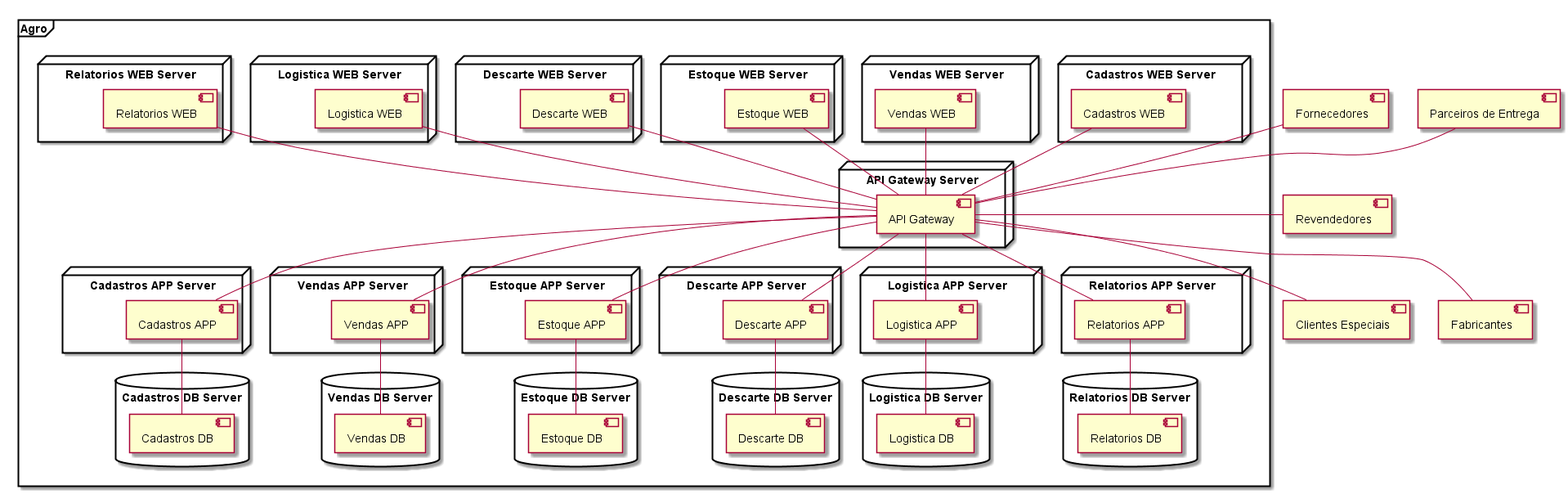
Before: arquitetura/ferramentas/PlantUML/script.png, a diagram exported from PlantUML (herberton/tcc).
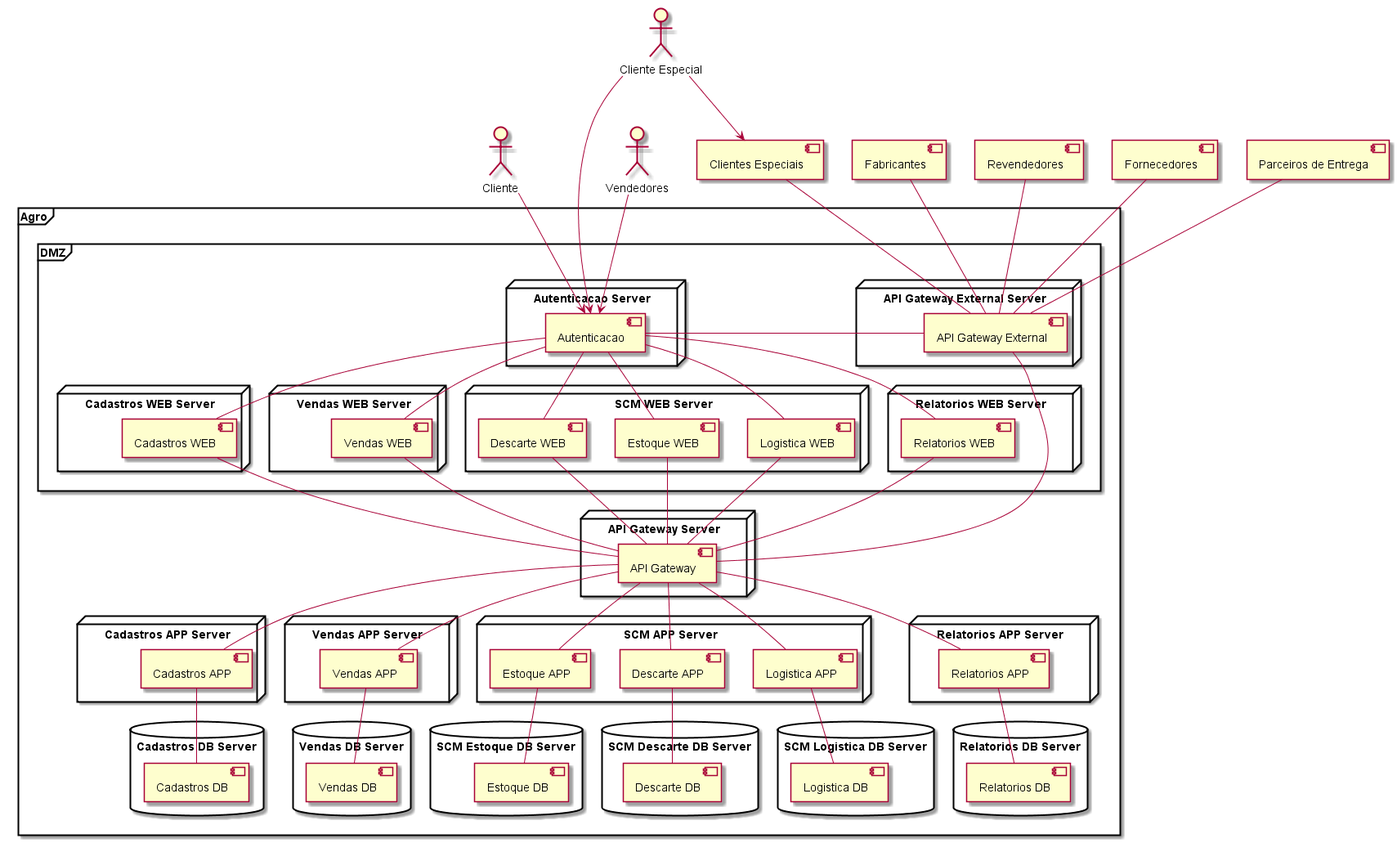
Later version of the same file.

The edit, as a diff of the source:
```diff
@@ -2,102 +2,124 @@
 
 	skinparam componentStyle uml2
 
-	[Clientes Especiais]
-	[Fabricantes]
-	[Revendedores]
-	[Fornecedores]
-	[Parceiros de Entrega]
+	actor Cliente 				as AC
+	actor :Cliente Especial:	as ACE
+	actor :Vendedores:			as AV
+
+	[Clientes Especiais] 	as CCE
+	[Fabricantes] 			as CFA
+	[Revendedores] 			as CR
+	[Fornecedores] 			as CFO
+	[Parceiros de Entrega] 	as CPE
 
 	frame "Agro" {
 
-		node "Cadastros WEB Server" {
-			[Cadastros WEB]
-		}
-		node "Vendas WEB Server" {
-			[Vendas WEB]
-		}
-		node "Estoque WEB Server" {
-			[Estoque WEB]
-		}
-		node "Descarte WEB Server" {
-			[Descarte WEB]
-		}
-		node "Logistica WEB Server" {
-			[Logistica WEB]
-		}
-		node "Relatorios WEB Server" {
-			[Relatorios WEB]
+		frame "DMZ" {
+
+			node "Autenticacao Server" {
+				[Autenticacao]  		as CA
+			}
+
+			node "Cadastros WEB Server" {
+				[Cadastros WEB] 		as CWC
+			}
+			node "Vendas WEB Server" {
+				[Vendas WEB]			as CWV
+			}
+			node "SCM WEB Server" {
+				[Estoque WEB] 			as CWE
+				[Descarte WEB]			as CWD
+				[Logistica WEB]			as CWL
+			}
+			node "Relatorios WEB Server" {
+				[Relatorios WEB] 		as CWR
+			}
+			node "API Gateway External Server" {
+				[API Gateway External]	as CAGE
+			}
 		}
 
 		node "API Gateway Server" {
-			[API Gateway]
+			[API Gateway] 				as CAG
 		}
 
 		node "Cadastros APP Server" {
-			[Cadastros APP]
+			[Cadastros APP]				as CAC
 		}
 		node "Vendas APP Server" {
-			[Vendas APP]
+			[Vendas APP] 				as CAV
 		}
-		node "Estoque APP Server" {
-			[Estoque APP]
-		}
-		node "Descarte APP Server" {
-			[Descarte APP]
-		}
-		node "Logistica APP Server" {
-			[Logistica APP]
+		node "SCM APP Server" {
+			[Estoque APP] 				as CAE
+			[Descarte APP]				as CAD
+			[Logistica APP] 			as CAL
 		}
 		node "Relatorios APP Server" {
-			[Relatorios APP]
+			[Relatorios APP] 			as CAR
 		}
 
 		database  "Cadastros DB Server" {
-			[Cadastros DB]
+			[Cadastros DB] 				as CDC
 		}
 		database  "Vendas DB Server" {
-			[Vendas DB]
+			[Vendas DB] 				as CDV
 		}
-		database  "Estoque DB Server" {
-			[Estoque DB]
+		database  "SCM Estoque DB Server" {
+			[Estoque DB] 				as CDE
 		}
-		database  "Descarte DB Server" {
-			[Descarte DB]
+		database  "SCM Descarte DB Server" {
+			[Descarte DB] 				as CDD
 		}
-		database  "Logistica DB Server" {
-			[Logistica DB]
+		database  "SCM Logistica DB Server" {
+			[Logistica DB] 				as CDL
 		}
 		database  "Relatorios DB Server" {
-			[Relatorios DB]
+			[Relatorios DB] 			as CDR
 		}
 
-		[Cadastros WEB]	-down- [API Gateway]
-		[Vendas WEB] -down- [API Gateway]
-		[Estoque WEB] -down- [API Gateway]
-		[Descarte WEB] -down- [API Gateway]
-		[Logistica WEB] -down- [API Gateway]
-		[Relatorios WEB] -down- [API Gateway]
+		CA -right- CAGE
+		CA -down- CWC
+		CA -down- CWV
+		CA -down- CWE
+		CA -down- CWD
+		CA -down- CWL
+		CA -down- CWR
 
-		[Cadastros APP]	-up- [API Gateway]
-		[Vendas APP] -up- [API Gateway]
-		[Estoque APP] -up- [API Gateway]
-		[Descarte APP] -up- [API Gateway]
-		[Logistica APP] -up- [API Gateway]
-		[Relatorios APP] -up- [API Gateway]
+		CAGE -down- CAG
 
-		[Cadastros APP]	-down- [Cadastros DB]
-		[Vendas APP] -down- [Vendas DB]
-		[Estoque APP] -down- [Estoque DB]
-		[Descarte APP] -down- [Descarte DB]
-		[Logistica APP] -down- [Logistica DB]
-		[Relatorios APP] -down- [Relatorios DB]
+		CWC	-down- CAG
+		CWV -down- CAG
+		CWE -down- CAG
+		CWD -down- CAG
+		CWL -down- CAG
+		CWR -down- CAG
+
+		CAC	-up- CAG
+		CAV -up- CAG
+		CAE -up- CAG
+		CAD -up- CAG
+		CAL -up- CAG
+		CAR -up- CAG
+
+		CAC	-down- CDC
+		CAV -down- CDV
+		CAE -down- CDE
+		CAD -down- CDD
+		CAL -down- CDL
+		CAR -down- CDR
 
 	}
 
-	[Clientes Especiais] -up- [API Gateway]
-	[Fabricantes] -up- [API Gateway]
-	[Revendedores] -left- [API Gateway]
-	[Fornecedores] -down- [API Gateway]
-	[Parceiros de Entrega] -down- [API Gateway]
+	CCE -down- CAGE
+	CFA -down- CAGE
+	CR -down- CAGE
+	CFO -down- CAGE
+	CPE -down- CAGE
+
+	AC -down-> CA
+	AV -down-> CA
+	ACE -down-> CA
+	ACE -down-> CCE
+
 
 @enduml
```
